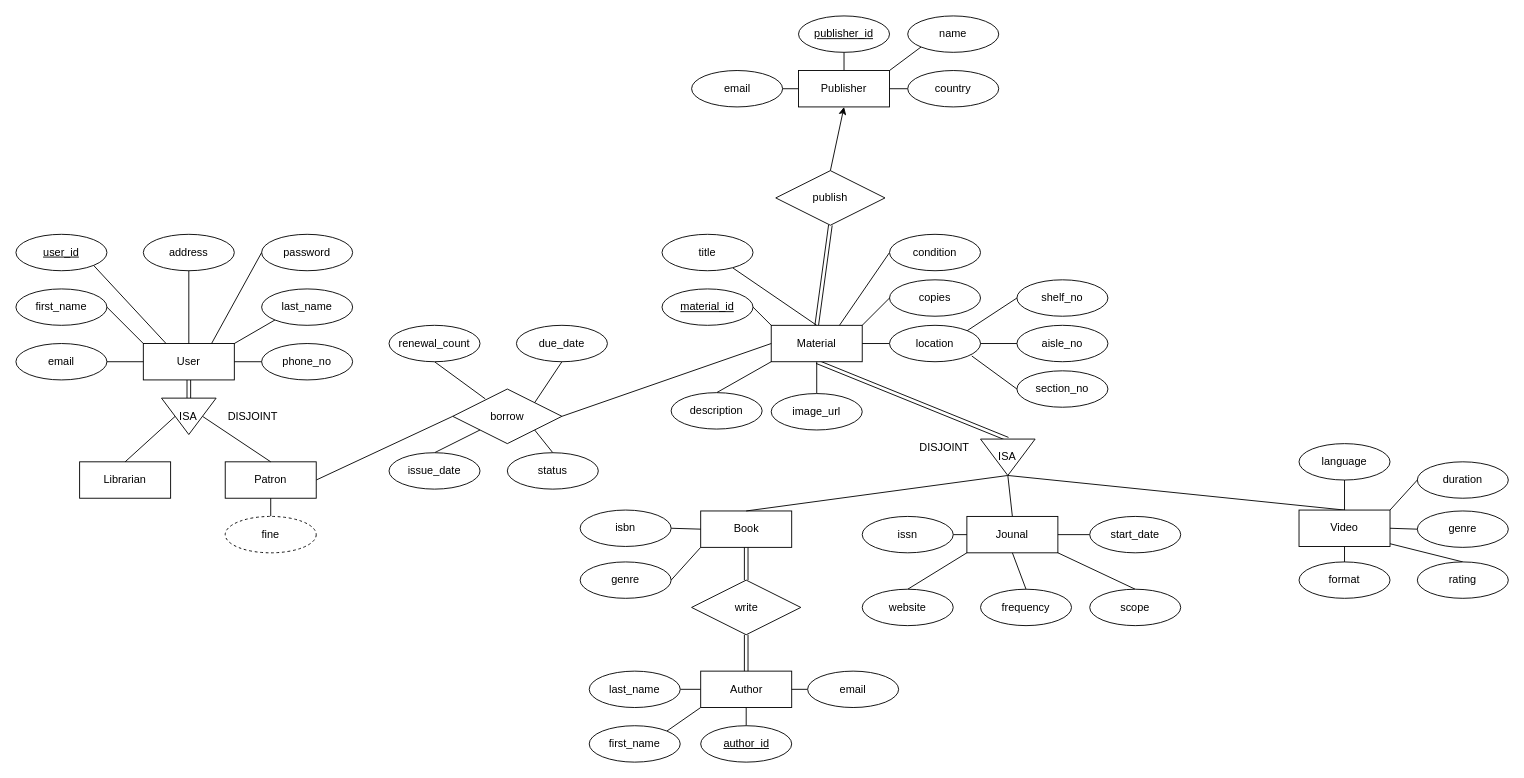
creme332/biblionex keeps this draw.io diagram as docs/assets/ERD.drawio. Above is the earlier version. Source tidied: cells renumbered, new cells numbered last; positions are measured from the earlier drawing's top-left corner, leaving out a move shared by most shapes. Both pictures are drawn from the tidied source at 91%, with x=0, y=0 at pixel (15, 15).
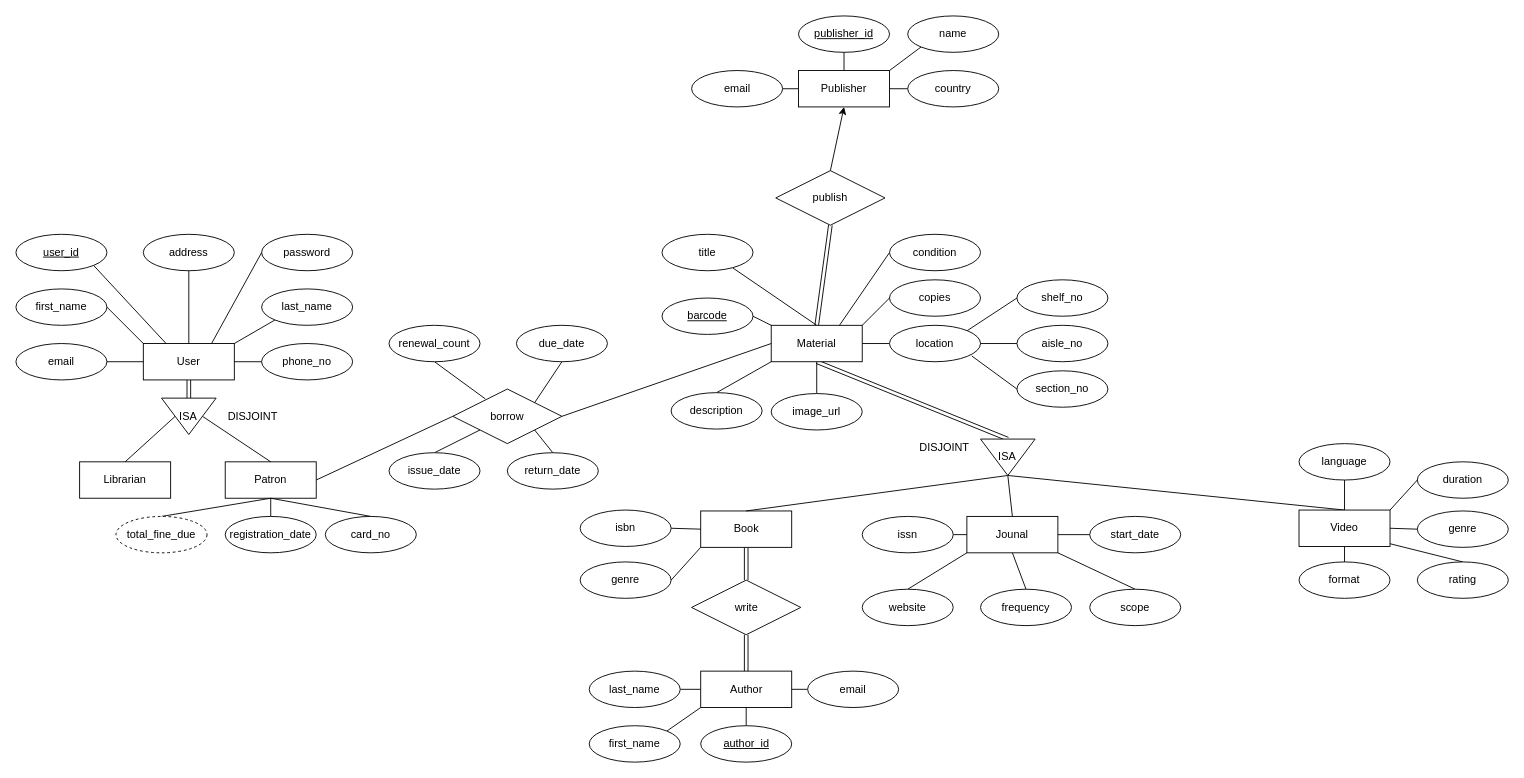
Above is the later version.

Commit message:
add return date to borrow rel, add new attributes to patron

The change refers to these unchanged cells:
```xml
<mxCell id="6" value="Patron" style="whiteSpace=wrap;html=1;align=center;" parent="1" vertex="1">
  <mxGeometry x="230" y="490" width="100" height="40" as="geometry" />
</mxCell>
```

What changed in the source:
```diff
@@
-<mxGraphModel>
+<mxGraphModel background="#ffffff">
@@
-    <mxCell id="68" value="status" style="ellipse;whiteSpace=wrap;html=1;align=center;" parent="1" vertex="1">
+    <mxCell id="68" value="return_date" style="ellipse;whiteSpace=wrap;html=1;align=center;" parent="1" vertex="1">
       <mxGeometry x="540" y="480" width="100" height="40" as="geometry" />
     </mxCell>
-    <mxCell id="69" value="&lt;u&gt;material_id&lt;/u&gt;" style="ellipse;whiteSpace=wrap;html=1;align=center;" parent="1" vertex="1">
-      <mxGeometry x="710" y="300" width="100" height="40" as="geometry" />
+    <mxCell id="69" value="&lt;u&gt;barcode&lt;/u&gt;" style="ellipse;whiteSpace=wrap;html=1;align=center;" parent="1" vertex="1">
+      <mxGeometry x="710" y="310" width="100" height="40" as="geometry" />
     </mxCell>
@@
-    <mxCell id="89" value="fine" style="ellipse;whiteSpace=wrap;html=1;align=center;dashed=1;" parent="1" vertex="1">
-      <mxGeometry x="230" y="550" width="100" height="40" as="geometry" />
+    <mxCell id="89" value="total_fine_due" style="ellipse;whiteSpace=wrap;html=1;align=center;dashed=1;" parent="1" vertex="1">
+      <mxGeometry x="110" y="550" width="100" height="40" as="geometry" />
     </mxCell>
@@
+    <mxCell id="119" style="edgeStyle=none;html=1;exitX=0.5;exitY=0;exitDx=0;exitDy=0;entryX=0.5;entryY=1;entryDx=0;entryDy=0;endArrow=none;endFill=0;" parent="1" edge="1" source="120" target="6">
+      <mxGeometry relative="1" as="geometry" />
+    </mxCell>
+    <mxCell id="120" value="card_no" style="ellipse;whiteSpace=wrap;html=1;align=center;" parent="1" vertex="1">
+      <mxGeometry x="340" y="550" width="100" height="40" as="geometry" />
+    </mxCell>
+    <mxCell id="121" style="edgeStyle=none;html=1;exitX=0.5;exitY=0;exitDx=0;exitDy=0;entryX=0.5;entryY=1;entryDx=0;entryDy=0;endArrow=none;endFill=0;" parent="1" edge="1" source="122" target="6">
+      <mxGeometry relative="1" as="geometry" />
+    </mxCell>
+    <mxCell id="122" value="registration_date" style="ellipse;whiteSpace=wrap;html=1;align=center;" parent="1" vertex="1">
+      <mxGeometry x="230" y="550" width="100" height="40" as="geometry" />
+    </mxCell>
```
